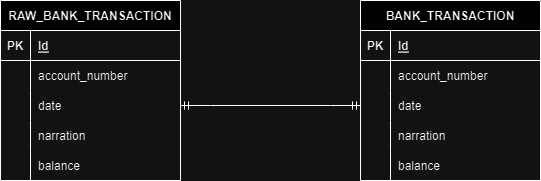
This is Documents/ERD.drawio.png from mushi333/ESUPERFUND-Bank-Application, a draw.io export, as it was before one commit. Source tidied: cells renumbered, new cells last; positions are measured from the earlier drawing's top-left corner, leaving out a move shared by most shapes.
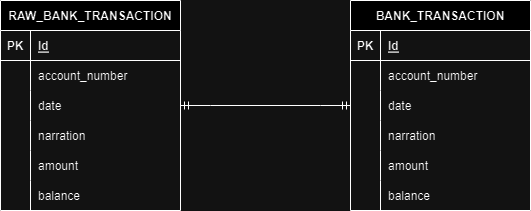
Above is the later version.

Change to the diagram source:
```diff
@@ -3,7 +3,7 @@
     <mxCell id="0" />
     <mxCell id="1" parent="0" />
     <mxCell id="2" value="RAW_BANK_TRANSACTION" style="shape=table;startSize=30;rowLines=0;fontStyle=1;align=center;" parent="1" vertex="1">
-      <mxGeometry width="180" height="180" as="geometry" />
+      <mxGeometry x="10" width="180" height="210" as="geometry" />
     </mxCell>
     <mxCell id="3" style="shape=tableRow;horizontal=0;startSize=0;swimlaneHead=0;swimlaneBody=0;fillColor=none;top=0;left=0;right=0;bottom=1;" parent="2" vertex="1">
       <mxGeometry y="30" width="180" height="30" as="geometry" />
@@ -47,11 +47,27 @@
     <mxCell id="16" style="shape=partialRectangle;fillColor=none;top=0;left=0;bottom=0;right=0;overflow=hidden;" parent="15" vertex="1">
       <mxGeometry width="30" height="30" as="geometry" />
     </mxCell>
-    <mxCell id="17" value="balance" style="shape=partialRectangle;fillColor=none;top=0;left=0;bottom=0;right=0;align=left;spacingLeft=6;overflow=hidden;" parent="15" vertex="1">
+    <mxCell id="17" value="amount" style="shape=partialRectangle;fillColor=none;top=0;left=0;bottom=0;right=0;align=left;spacingLeft=6;overflow=hidden;" parent="15" vertex="1">
       <mxGeometry x="30" width="150" height="30" as="geometry" />
     </mxCell>
+    <mxCell id="35" style="shape=tableRow;horizontal=0;startSize=0;swimlaneHead=0;swimlaneBody=0;fillColor=none;top=0;left=0;right=0;bottom=0;" parent="2" vertex="1">
+      <mxGeometry y="180" width="180" height="30" as="geometry" />
+    </mxCell>
+    <mxCell id="36" style="shape=partialRectangle;fillColor=none;top=0;left=0;bottom=0;right=0;overflow=hidden;" parent="35" vertex="1">
+      <mxGeometry width="30" height="30" as="geometry" />
+    </mxCell>
+    <mxCell id="37" value="balance" style="shape=partialRectangle;fillColor=none;top=0;left=0;bottom=0;right=0;align=left;spacingLeft=6;overflow=hidden;" parent="35" vertex="1">
+      <mxGeometry x="30" width="150" height="30" as="geometry" />
+    </mxCell>
+    <mxCell id="34" style="edgeStyle=entityRelationEdgeStyle;fontSize=12;html=1;endArrow=ERmandOne;startArrow=ERmandOne;rounded=0;entryX=0;entryY=0.5;entryDx=0;entryDy=0;exitX=1;exitY=0.5;exitDx=0;exitDy=0;" parent="1" edge="1" source="9" target="25">
+      <mxGeometry relative="1" as="geometry">
+        <Array as="points">
+          <mxPoint x="350" y="99.5" />
+        </Array>
+      </mxGeometry>
+    </mxCell>
     <mxCell id="18" value="BANK_TRANSACTION" style="shape=table;startSize=30;rowLines=0;fontStyle=1;align=center;" parent="1" vertex="1">
-      <mxGeometry x="360" width="180" height="180" as="geometry" />
+      <mxGeometry x="360" width="180" height="210" as="geometry" />
     </mxCell>
     <mxCell id="19" style="shape=tableRow;horizontal=0;startSize=0;swimlaneHead=0;swimlaneBody=0;fillColor=none;top=0;left=0;right=0;bottom=1;" parent="18" vertex="1">
       <mxGeometry y="30" width="180" height="30" as="geometry" />
@@ -65,41 +81,47 @@
     <mxCell id="22" style="shape=tableRow;horizontal=0;startSize=0;swimlaneHead=0;swimlaneBody=0;fillColor=none;top=0;left=0;right=0;bottom=0;" parent="18" vertex="1">
       <mxGeometry y="60" width="180" height="30" as="geometry" />
     </mxCell>
-    <mxCell id="23" style="shape=partialRectangle;fillColor=none;top=0;left=0;bottom=0;right=0;overflow=hidden;" parent="22" vertex="1">
-      <mxGeometry width="30" height="30" as="geometry" />
-    </mxCell>
+    <mxCell id="38" style="shape=partialRectangle;fillColor=none;top=0;left=0;bottom=0;right=0;overflow=hidden;" parent="22" vertex="1">
+      <mxGeometry width="30" height="30" as="geometry" />
+    </mxCell>
     <mxCell id="24" value="account_number" style="shape=partialRectangle;fillColor=none;top=0;left=0;bottom=0;right=0;align=left;spacingLeft=6;overflow=hidden;fontStyle=0;" parent="22" vertex="1">
       <mxGeometry x="30" width="150" height="30" as="geometry" />
     </mxCell>
     <mxCell id="25" style="shape=tableRow;horizontal=0;startSize=0;swimlaneHead=0;swimlaneBody=0;fillColor=none;points=[[0,0.5],[1,0.5]];portConstraint=eastwest;top=0;left=0;right=0;bottom=0;" parent="18" vertex="1">
       <mxGeometry y="90" width="180" height="30" as="geometry" />
     </mxCell>
-    <mxCell id="26" style="shape=partialRectangle;fillColor=none;top=0;left=0;bottom=0;right=0;overflow=hidden;" parent="25" vertex="1">
-      <mxGeometry width="30" height="30" as="geometry" />
-    </mxCell>
+    <mxCell id="39" style="shape=partialRectangle;fillColor=none;top=0;left=0;bottom=0;right=0;overflow=hidden;" parent="25" vertex="1">
+      <mxGeometry width="30" height="30" as="geometry" />
+    </mxCell>
     <mxCell id="27" value="date" style="shape=partialRectangle;fillColor=none;top=0;left=0;bottom=0;right=0;align=left;spacingLeft=6;overflow=hidden;" parent="25" vertex="1">
       <mxGeometry x="30" width="150" height="30" as="geometry" />
     </mxCell>
     <mxCell id="28" style="shape=tableRow;horizontal=0;startSize=0;swimlaneHead=0;swimlaneBody=0;fillColor=none;top=0;left=0;right=0;bottom=0;" parent="18" vertex="1">
       <mxGeometry y="120" width="180" height="30" as="geometry" />
     </mxCell>
-    <mxCell id="29" style="shape=partialRectangle;fillColor=none;top=0;left=0;bottom=0;right=0;overflow=hidden;" parent="28" vertex="1">
-      <mxGeometry width="30" height="30" as="geometry" />
-    </mxCell>
+    <mxCell id="40" style="shape=partialRectangle;fillColor=none;top=0;left=0;bottom=0;right=0;overflow=hidden;" parent="28" vertex="1">
+      <mxGeometry width="30" height="30" as="geometry" />
+    </mxCell>
     <mxCell id="30" value="narration" style="shape=partialRectangle;fillColor=none;top=0;left=0;bottom=0;right=0;align=left;spacingLeft=6;overflow=hidden;" parent="28" vertex="1">
       <mxGeometry x="30" width="150" height="30" as="geometry" />
     </mxCell>
     <mxCell id="31" style="shape=tableRow;horizontal=0;startSize=0;swimlaneHead=0;swimlaneBody=0;fillColor=none;top=0;left=0;right=0;bottom=0;" parent="18" vertex="1">
       <mxGeometry y="150" width="180" height="30" as="geometry" />
     </mxCell>
-    <mxCell id="32" style="shape=partialRectangle;fillColor=none;top=0;left=0;bottom=0;right=0;overflow=hidden;" parent="31" vertex="1">
-      <mxGeometry width="30" height="30" as="geometry" />
-    </mxCell>
-    <mxCell id="33" value="balance" style="shape=partialRectangle;fillColor=none;top=0;left=0;bottom=0;right=0;align=left;spacingLeft=6;overflow=hidden;" parent="31" vertex="1">
-      <mxGeometry x="30" width="150" height="30" as="geometry" />
-    </mxCell>
-    <mxCell id="34" style="edgeStyle=entityRelationEdgeStyle;fontSize=12;html=1;endArrow=ERmandOne;startArrow=ERmandOne;rounded=0;entryX=0;entryY=0.5;entryDx=0;entryDy=0;exitX=1;exitY=0.5;exitDx=0;exitDy=0;" parent="1" edge="1" source="9" target="25">
-      <mxGeometry relative="1" as="geometry" />
-    </mxCell>
+    <mxCell id="41" style="shape=partialRectangle;fillColor=none;top=0;left=0;bottom=0;right=0;overflow=hidden;" parent="31" vertex="1">
+      <mxGeometry width="30" height="30" as="geometry" />
+    </mxCell>
+    <mxCell id="42" value="amount" style="shape=partialRectangle;fillColor=none;top=0;left=0;bottom=0;right=0;align=left;spacingLeft=6;overflow=hidden;" parent="31" vertex="1">
+      <mxGeometry x="30" width="150" height="30" as="geometry" />
+    </mxCell>
+    <mxCell id="43" style="shape=tableRow;horizontal=0;startSize=0;swimlaneHead=0;swimlaneBody=0;fillColor=none;top=0;left=0;right=0;bottom=0;" parent="18" vertex="1">
+      <mxGeometry y="180" width="180" height="30" as="geometry" />
+    </mxCell>
+    <mxCell id="44" style="shape=partialRectangle;fillColor=none;top=0;left=0;bottom=0;right=0;overflow=hidden;" parent="43" vertex="1">
+      <mxGeometry width="30" height="30" as="geometry" />
+    </mxCell>
+    <mxCell id="45" value="balance" style="shape=partialRectangle;fillColor=none;top=0;left=0;bottom=0;right=0;align=left;spacingLeft=6;overflow=hidden;" parent="43" vertex="1">
+      <mxGeometry x="30" width="150" height="30" as="geometry" />
+    </mxCell>
   </root>
 </mxGraphModel>
```
